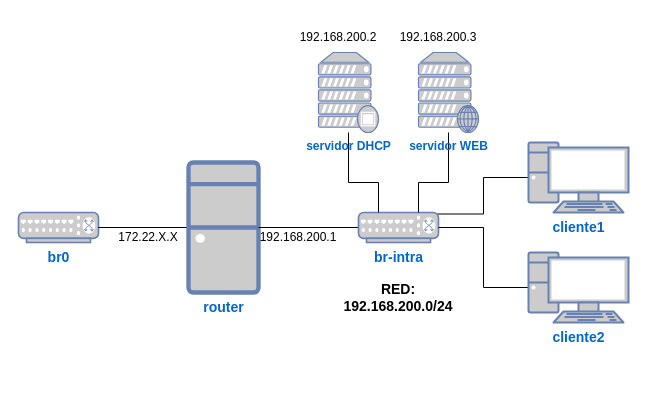
Before: modulos/_sri/sri/1_virtualizacion/img/practica.drawio in josedom24/fp_pledin, a draw.io diagram. Source tidied: cells renumbered, new cells numbered last; positions are measured from the earlier drawing's top-left corner, leaving out a move shared by most shapes. Both pictures are drawn from the tidied source at 100%, with x=0, y=0 at pixel (18, 17).
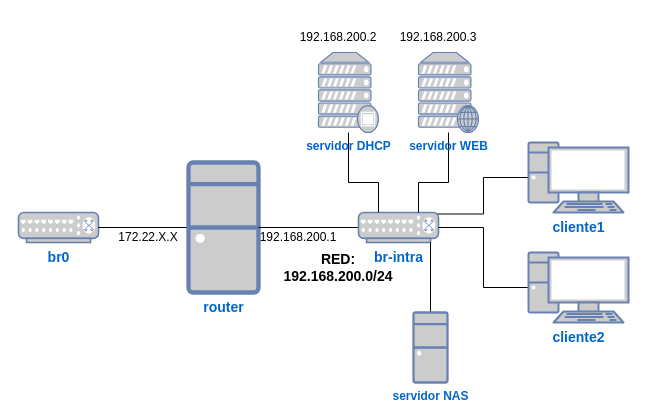
After the change.

The change refers to these unchanged cells:
```xml
<mxCell id="8" value="&lt;b&gt;&lt;font style=&quot;font-size: 14px;&quot;&gt;br-intra&lt;/font&gt;&lt;/b&gt;" style="fontColor=#0066CC;verticalAlign=top;verticalLabelPosition=bottom;labelPosition=center;align=center;html=1;outlineConnect=0;fillColor=#CCCCCC;strokeColor=#6881B3;gradientColor=none;gradientDirection=north;strokeWidth=2;shape=mxgraph.networks.switch;" parent="1" vertex="1">
  <mxGeometry x="340" y="195" width="80" height="30" as="geometry" />
</mxCell>
```

The edit, as a diff of the source:
```diff
@@
     <mxCell id="16" value="&lt;font size=&quot;1&quot;&gt;&lt;b style=&quot;font-size: 14px;&quot;&gt;RED: 192.168.200.0/24&lt;/b&gt;&lt;/font&gt;" style="text;strokeColor=none;align=center;fillColor=none;html=1;verticalAlign=middle;whiteSpace=wrap;rounded=0;" parent="1" vertex="1">
-      <mxGeometry x="350" y="265" width="60" height="30" as="geometry" />
+      <mxGeometry x="290" y="235" width="60" height="30" as="geometry" />
     </mxCell>
@@
+    <mxCell id="20" style="rounded=0;jettySize=auto;html=1;entryX=0.9;entryY=1;entryDx=0;entryDy=0;entryPerimeter=0;endArrow=none;endFill=0;" parent="1" edge="1" source="21" target="8">
+      <mxGeometry relative="1" as="geometry" />
+    </mxCell>
+    <mxCell id="21" value="&lt;font style=&quot;font-size: 12px;&quot;&gt;&lt;b style=&quot;&quot;&gt;servidor NAS&lt;br&gt;&lt;/b&gt;&lt;/font&gt;" style="fontColor=#0066CC;verticalAlign=top;verticalLabelPosition=bottom;labelPosition=center;align=center;html=1;outlineConnect=0;fillColor=#CCCCCC;strokeColor=#6881B3;gradientColor=none;gradientDirection=north;strokeWidth=2;shape=mxgraph.networks.desktop_pc;" parent="1" vertex="1">
+      <mxGeometry x="395" y="295" width="34" height="70" as="geometry" />
+    </mxCell>
```
